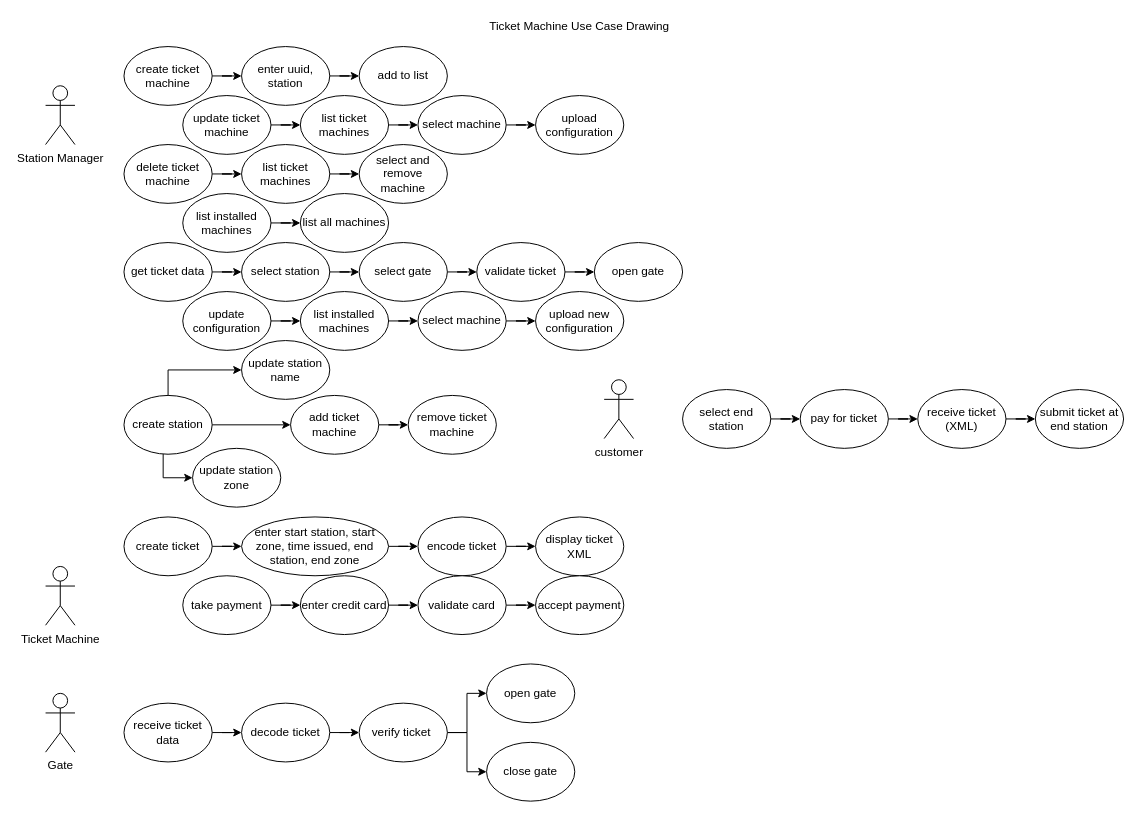
This is project/UMLmodel/drawio/TicketMachineUseCase.drawio from cristiano-93/CristianoTicketMachine, a draw.io file, before an edit. Source tidied: cells renumbered, new cells numbered last; positions are measured from the earlier drawing's top-left corner, leaving out a move shared by most shapes. Both pictures are drawn from the tidied source at 98%, with x=0, y=0 at pixel (45, 17).
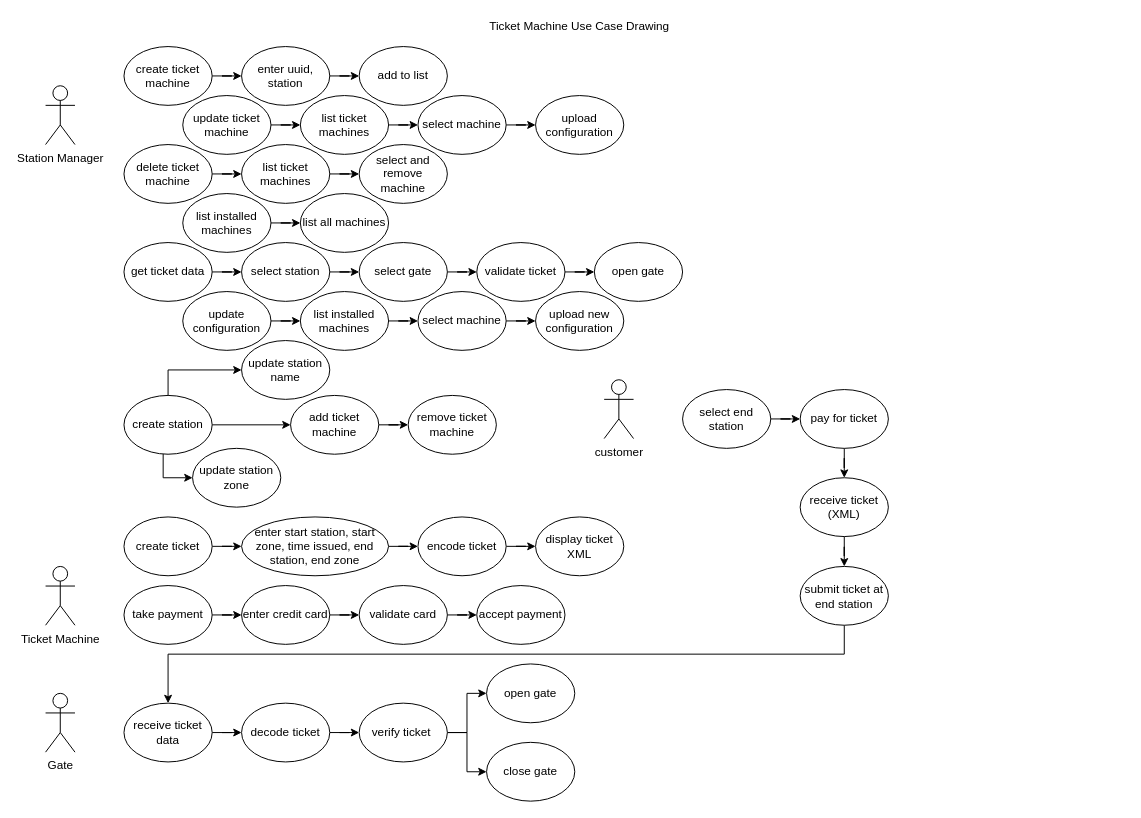
The same page after the edit.

Unchanged cells that the change refers to:
```xml
<mxCell id="49" value="receive ticket data" style="ellipse;whiteSpace=wrap;html=1;" parent="1" vertex="1">
  <mxGeometry x="80" y="700" width="90" height="60" as="geometry" />
</mxCell>
```

Change to the diagram source:
```diff
@@
     <mxCell id="58" value="take payment" style="ellipse;whiteSpace=wrap;html=1;" parent="1" vertex="1">
-      <mxGeometry x="140" y="570" width="90" height="60" as="geometry" />
+      <mxGeometry x="80" y="580" width="90" height="60" as="geometry" />
     </mxCell>
@@
     <mxCell id="60" value="enter credit card" style="ellipse;whiteSpace=wrap;html=1;" parent="1" vertex="1">
-      <mxGeometry x="260" y="570" width="90" height="60" as="geometry" />
+      <mxGeometry x="200" y="580" width="90" height="60" as="geometry" />
     </mxCell>
@@
     <mxCell id="62" value="validate card" style="ellipse;whiteSpace=wrap;html=1;" parent="1" vertex="1">
-      <mxGeometry x="380" y="570" width="90" height="60" as="geometry" />
+      <mxGeometry x="320" y="580" width="90" height="60" as="geometry" />
     </mxCell>
     <mxCell id="63" value="accept payment" style="ellipse;whiteSpace=wrap;html=1;" parent="1" vertex="1">
-      <mxGeometry x="500" y="570" width="90" height="60" as="geometry" />
+      <mxGeometry x="440" y="580" width="90" height="60" as="geometry" />
     </mxCell>
@@
     <mxCell id="71" value="receive ticket (XML)" style="ellipse;whiteSpace=wrap;html=1;" parent="1" vertex="1">
-      <mxGeometry x="890" y="380" width="90" height="60" as="geometry" />
+      <mxGeometry x="770" y="470" width="90" height="60" as="geometry" />
     </mxCell>
+    <mxCell id="82" style="edgeStyle=orthogonalEdgeStyle;rounded=0;jettySize=auto;html=1;entryX=0.5;entryY=0;entryDx=0;entryDy=0;" parent="1" edge="1" source="72" target="49">
+      <mxGeometry relative="1" as="geometry">
+        <Array as="points">
+          <mxPoint x="815" y="650" />
+          <mxPoint x="125" y="650" />
+        </Array>
+      </mxGeometry>
+    </mxCell>
     <mxCell id="72" value="submit ticket at end station" style="ellipse;whiteSpace=wrap;html=1;" parent="1" vertex="1">
-      <mxGeometry x="1010" y="380" width="90" height="60" as="geometry" />
+      <mxGeometry x="770" y="560.5" width="90" height="60" as="geometry" />
     </mxCell>
```
